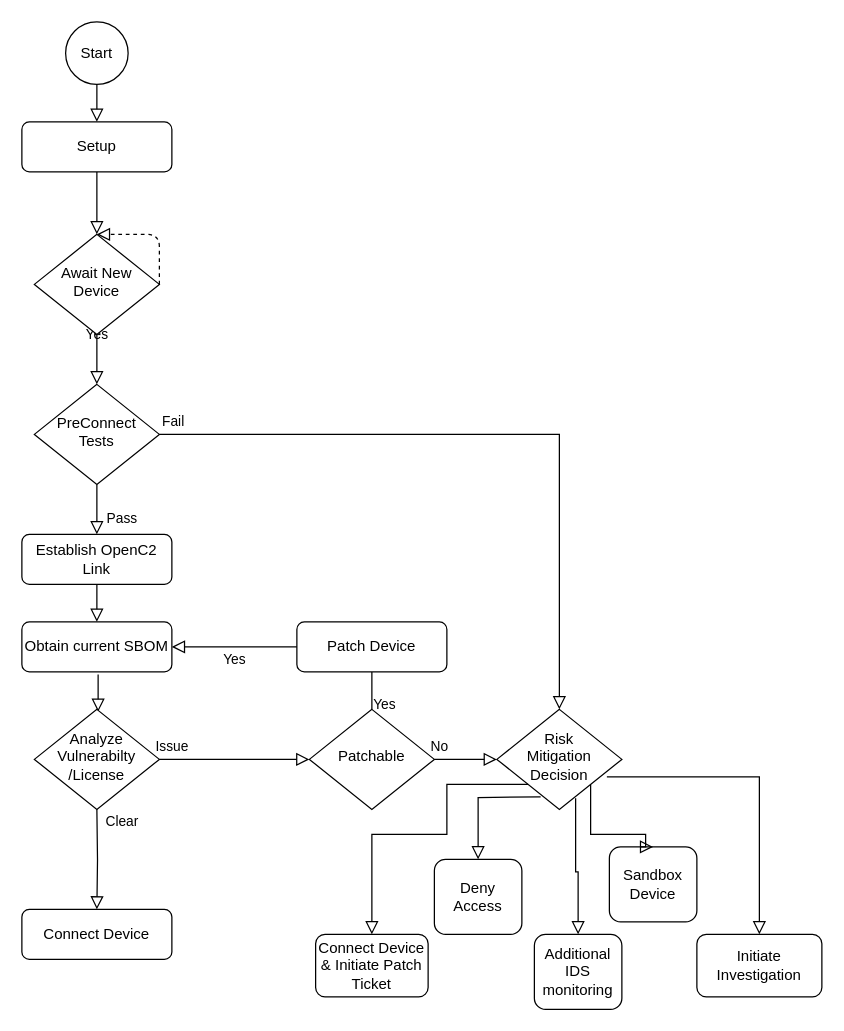
Before: SBOM-PoC/ParticipantInfo/sFractal/sFractal.1.drawio in oasis-tcs/openc2-usecases, a draw.io diagram. Source tidied: cells renumbered, new cells numbered last; positions are measured from the earlier drawing's top-left corner, leaving out a move shared by most shapes. Both pictures are drawn from the tidied source at 125%, with x=0, y=0 at pixel (21, 21).
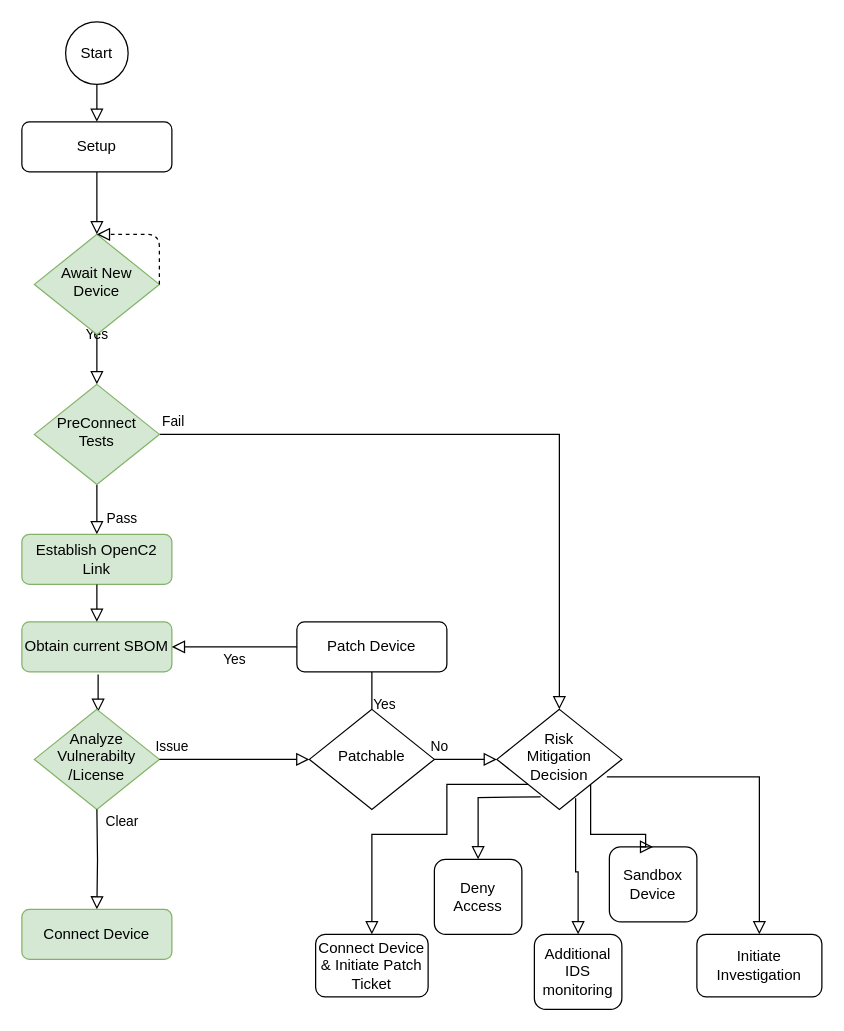
After the change.

What changed in the source:
```diff
@@
-    <mxCell id="4" value="Await New Device" style="rhombus;whiteSpace=wrap;html=1;shadow=0;fontFamily=Helvetica;fontSize=12;align=center;strokeWidth=1;spacing=6;spacingTop=-4;" parent="1" vertex="1">
+    <mxCell id="4" value="Await New Device" style="rhombus;whiteSpace=wrap;html=1;shadow=0;fontFamily=Helvetica;fontSize=12;align=center;strokeWidth=1;spacing=6;spacingTop=-4;fillColor=#d5e8d4;strokeColor=#82b366;" parent="1" vertex="1">
       <mxGeometry x="10" y="170" width="100" height="80" as="geometry" />
     </mxCell>
@@
-    <mxCell id="8" value="PreConnect Tests" style="rhombus;whiteSpace=wrap;html=1;shadow=0;fontFamily=Helvetica;fontSize=12;align=center;strokeWidth=1;spacing=6;spacingTop=-4;" parent="1" vertex="1">
+    <mxCell id="8" value="PreConnect Tests" style="rhombus;whiteSpace=wrap;html=1;shadow=0;fontFamily=Helvetica;fontSize=12;align=center;strokeWidth=1;spacing=6;spacingTop=-4;fillColor=#d5e8d4;strokeColor=#82b366;" parent="1" vertex="1">
       <mxGeometry x="10" y="290" width="100" height="80" as="geometry" />
     </mxCell>
-    <mxCell id="9" value="Establish OpenC2 Link" style="rounded=1;whiteSpace=wrap;html=1;fontSize=12;glass=0;strokeWidth=1;shadow=0;" parent="1" vertex="1">
+    <mxCell id="9" value="Establish OpenC2 Link" style="rounded=1;whiteSpace=wrap;html=1;fontSize=12;glass=0;strokeWidth=1;shadow=0;fillColor=#d5e8d4;strokeColor=#82b366;" parent="1" vertex="1">
       <mxGeometry y="410" width="120" height="40" as="geometry" />
     </mxCell>
@@
-    <mxCell id="13" value="Obtain current SBOM" style="rounded=1;whiteSpace=wrap;html=1;fontSize=12;glass=0;strokeWidth=1;shadow=0;" parent="1" vertex="1">
+    <mxCell id="13" value="Obtain current SBOM" style="rounded=1;whiteSpace=wrap;html=1;fontSize=12;glass=0;strokeWidth=1;shadow=0;fillColor=#d5e8d4;strokeColor=#82b366;" parent="1" vertex="1">
       <mxGeometry y="480" width="120" height="40" as="geometry" />
     </mxCell>
@@
-    <mxCell id="16" value="Analyze&lt;br&gt;Vulnerabilty&lt;br&gt;/License" style="rhombus;whiteSpace=wrap;html=1;shadow=0;fontFamily=Helvetica;fontSize=12;align=center;strokeWidth=1;spacing=6;spacingTop=-4;" parent="1" vertex="1">
+    <mxCell id="16" value="Analyze&lt;br&gt;Vulnerabilty&lt;br&gt;/License" style="rhombus;whiteSpace=wrap;html=1;shadow=0;fontFamily=Helvetica;fontSize=12;align=center;strokeWidth=1;spacing=6;spacingTop=-4;fillColor=#d5e8d4;strokeColor=#82b366;" parent="1" vertex="1">
       <mxGeometry x="10" y="550" width="100" height="80" as="geometry" />
     </mxCell>
@@
-    <mxCell id="18" value="Connect Device" style="rounded=1;whiteSpace=wrap;html=1;fontSize=12;glass=0;strokeWidth=1;shadow=0;" parent="1" vertex="1">
+    <mxCell id="18" value="Connect Device" style="rounded=1;whiteSpace=wrap;html=1;fontSize=12;glass=0;strokeWidth=1;shadow=0;fillColor=#d5e8d4;strokeColor=#82b366;" parent="1" vertex="1">
       <mxGeometry y="710" width="120" height="40" as="geometry" />
     </mxCell>
```
